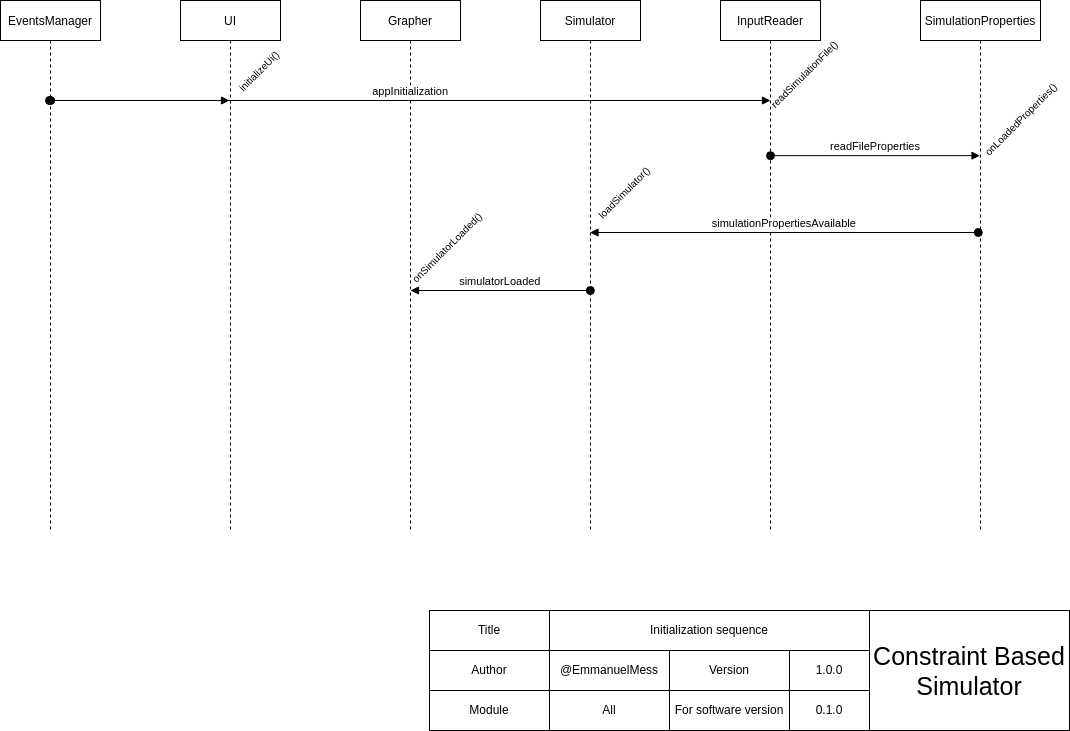
Earlier version of the draw.io export design/diagrams/sequence/initialization sequence.png (EmmanuelMess/ConstraintBasedSimulator). Source tidied: cells renumbered, new cells last; positions are measured from the earlier drawing's top-left corner, leaving out a move shared by most shapes.
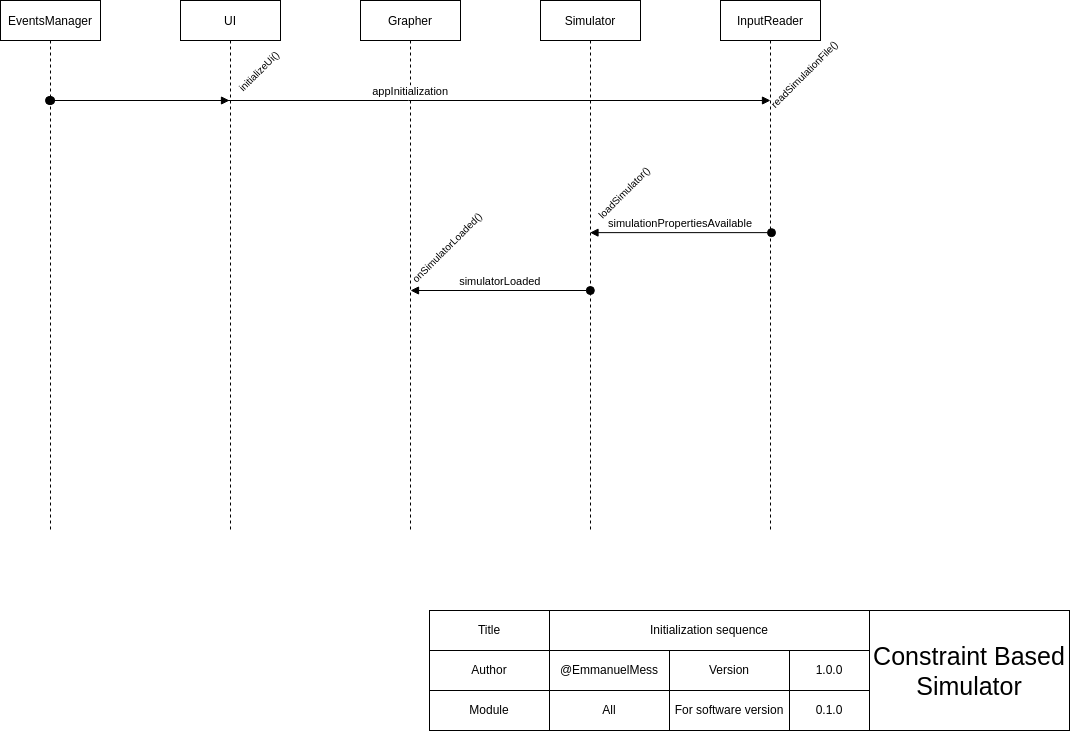
After the change.

Change to the diagram source:
```diff
@@ -23,9 +23,6 @@
     <mxCell id="7" value="&lt;span style=&quot;font-size: 10px;&quot;&gt;loadSimulator()&lt;/span&gt;" style="text;html=1;strokeColor=none;fillColor=none;align=center;verticalAlign=middle;whiteSpace=wrap;rounded=0;rotation=-45;" parent="1" vertex="1">
       <mxGeometry x="583.4" y="176.6" width="81" height="30" as="geometry" />
     </mxCell>
-    <mxCell id="8" value="&lt;span style=&quot;font-size: 10px;&quot;&gt;onLoadedProperties()&lt;/span&gt;" style="text;html=1;strokeColor=none;fillColor=none;align=center;verticalAlign=middle;whiteSpace=wrap;rounded=0;rotation=-45;" parent="1" vertex="1">
-      <mxGeometry x="974" y="104" width="93" height="30" as="geometry" />
-    </mxCell>
     <mxCell id="9" value="&lt;font style=&quot;font-size: 10px;&quot;&gt;onSimulatorLoaded()&lt;/font&gt;" style="text;html=1;strokeColor=none;fillColor=none;align=center;verticalAlign=middle;whiteSpace=wrap;rounded=0;rotation=-45;" parent="1" vertex="1">
       <mxGeometry x="396.1" y="232.4" width="102" height="30" as="geometry" />
     </mxCell>
@@ -68,20 +65,6 @@
     <mxCell id="22" value="EventsManager" style="shape=umlLifeline;perimeter=lifelinePerimeter;rounded=0;shadow=0;strokeWidth=1;" parent="1" vertex="1">
       <mxGeometry width="100" height="530" as="geometry" />
     </mxCell>
-    <mxCell id="23" value="SimulationProperties" style="shape=umlLifeline;perimeter=lifelinePerimeter;rounded=0;shadow=0;strokeWidth=1;" parent="1" vertex="1">
-      <mxGeometry x="920" width="120" height="530" as="geometry" />
-    </mxCell>
-    <mxCell id="24" value="readFileProperties" style="verticalAlign=bottom;startArrow=oval;endArrow=block;startSize=8;shadow=0;strokeWidth=1;" parent="23" edge="1">
-      <mxGeometry relative="1" as="geometry">
-        <mxPoint x="-150" y="155.1" as="sourcePoint" />
-        <mxPoint x="59.5" y="155.1" as="targetPoint" />
-      </mxGeometry>
-    </mxCell>
-    <mxCell id="25" value="simulationPropertiesAvailable" style="verticalAlign=bottom;startArrow=oval;endArrow=block;startSize=8;shadow=0;strokeWidth=1;" parent="23" edge="1" target="4">
-      <mxGeometry relative="1" as="geometry">
-        <mxPoint x="57.8" y="232" as="sourcePoint" />
-      </mxGeometry>
-    </mxCell>
     <mxCell id="26" value="appInitialization" style="verticalAlign=bottom;startArrow=oval;endArrow=block;startSize=8;shadow=0;strokeWidth=1;" parent="1" edge="1">
       <mxGeometry relative="1" as="geometry">
         <mxPoint x="50.2" y="100" as="sourcePoint" />
@@ -97,5 +80,8 @@
     <mxCell id="28" value="&lt;font style=&quot;font-size: 10px;&quot;&gt;initializeUi()&lt;/font&gt;" style="text;html=1;strokeColor=none;fillColor=none;align=center;verticalAlign=middle;whiteSpace=wrap;rounded=0;rotation=-45;" parent="1" vertex="1">
       <mxGeometry x="224.8" y="55.7" width="67" height="30" as="geometry" />
     </mxCell>
+    <mxCell id="25" value="simulationPropertiesAvailable" style="verticalAlign=bottom;startArrow=oval;endArrow=block;startSize=8;shadow=0;strokeWidth=1;exitX=0.51;exitY=0.438;exitDx=0;exitDy=0;exitPerimeter=0;" parent="1" edge="1" source="21" target="4">
+      <mxGeometry relative="1" as="geometry" />
+    </mxCell>
   </root>
 </mxGraphModel>
```
